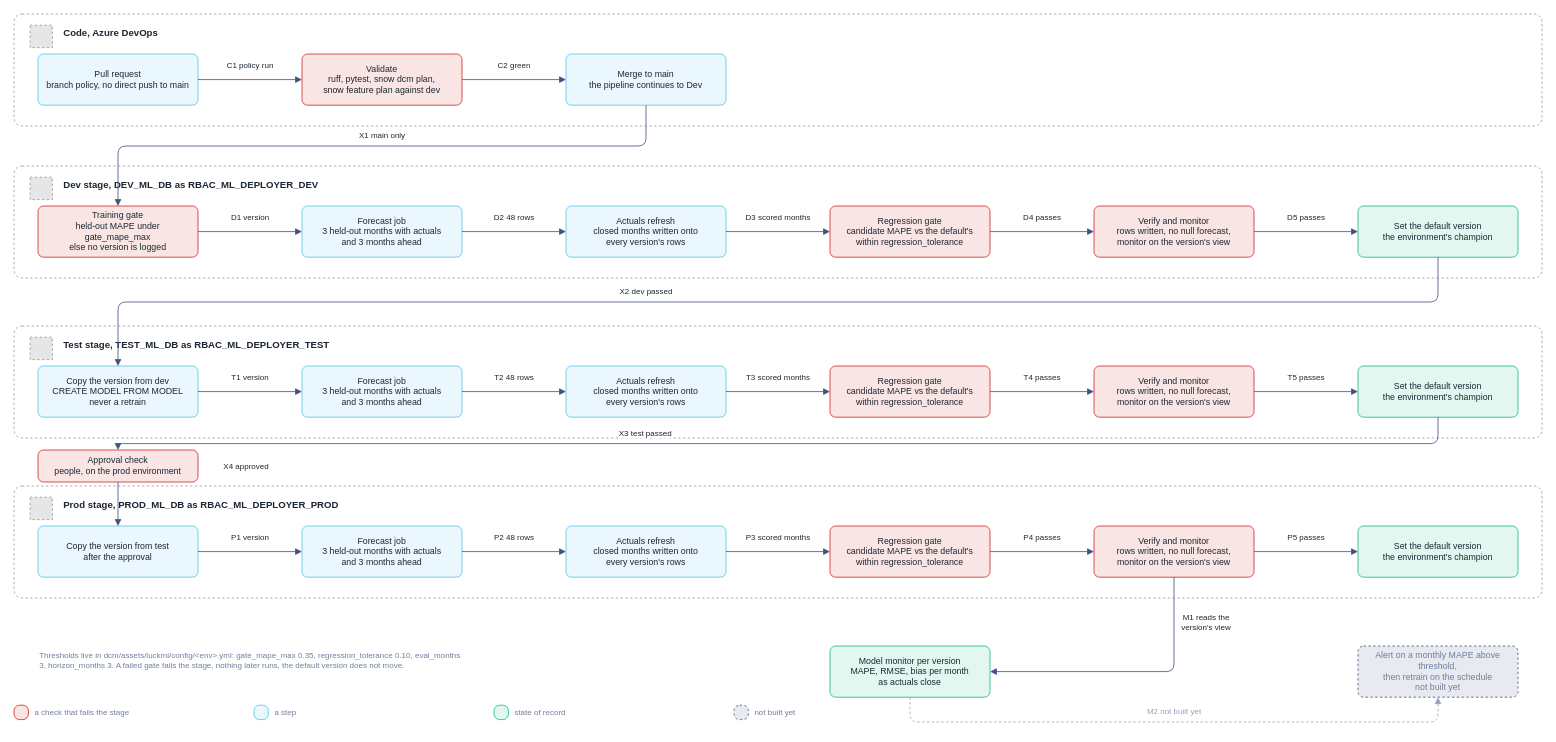
The draw.io diagram img/quality-gates.drawio in SonOfLope/snowflake-mlops, before the edit. Source tidied: cells renumbered, new cells numbered last; positions are measured from the earlier drawing's top-left corner, leaving out a move shared by most shapes. Both pictures are drawn from the tidied source at 80%, with x=0, y=0 at pixel (14, 14). Pictures stored in the file or linked from it are replaced by grey dashed boxes.
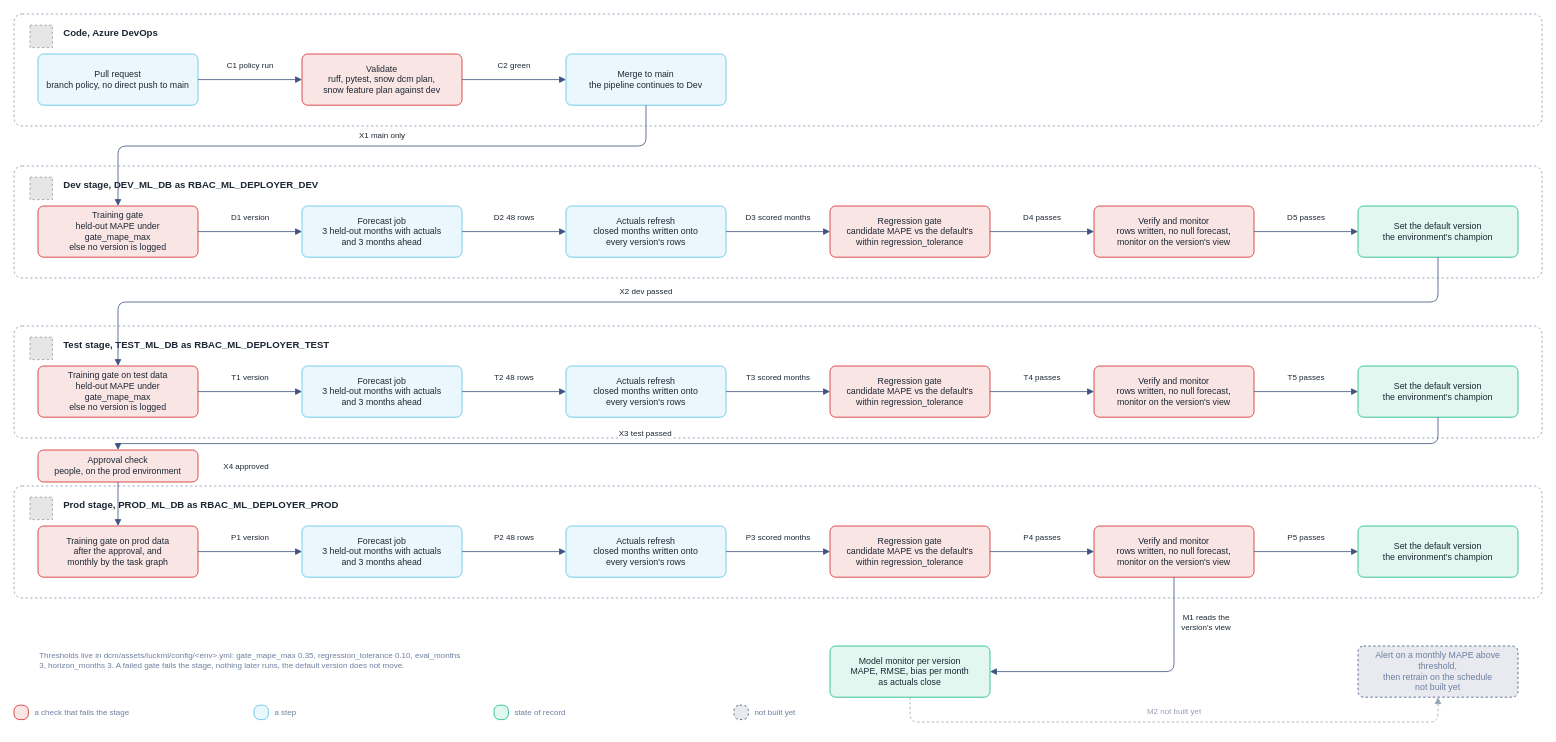
Above is the later version.

Diff of the diagram source:
```diff
@@
-    <mxCell id="24" value="Copy the version from dev&lt;br&gt;CREATE MODEL FROM MODEL&lt;br&gt;never a retrain" style="rounded=1;absoluteArcSize=1;arcSize=14;whiteSpace=wrap;html=1;fontSize=11;fontFamily=Arial;fontColor=#1C2733;fillColor=#eaf7fc;strokeColor=#54C0E8;spacing=8;" parent="1" vertex="1">
+    <mxCell id="24" value="Training gate on test data&lt;br&gt;held-out MAPE under gate_mape_max&lt;br&gt;else no version is logged" style="rounded=1;absoluteArcSize=1;arcSize=14;whiteSpace=wrap;html=1;fontSize=11;fontFamily=Arial;fontColor=#1C2733;fillColor=#fae5e5;strokeColor=#D22323;spacing=8;" parent="1" vertex="1">
       <mxGeometry x="30" y="440" width="200" height="64" as="geometry" />
     </mxCell>
@@
-    <mxCell id="37" value="Copy the version from test&lt;br&gt;after the approval" style="rounded=1;absoluteArcSize=1;arcSize=14;whiteSpace=wrap;html=1;fontSize=11;fontFamily=Arial;fontColor=#1C2733;fillColor=#eaf7fc;strokeColor=#54C0E8;spacing=8;" parent="1" vertex="1">
+    <mxCell id="37" value="Training gate on prod data&lt;br&gt;after the approval, and&lt;br&gt;monthly by the task graph" style="rounded=1;absoluteArcSize=1;arcSize=14;whiteSpace=wrap;html=1;fontSize=11;fontFamily=Arial;fontColor=#1C2733;fillColor=#fae5e5;strokeColor=#D22323;spacing=8;" parent="1" vertex="1">
       <mxGeometry x="30" y="640" width="200" height="64" as="geometry" />
     </mxCell>
```
